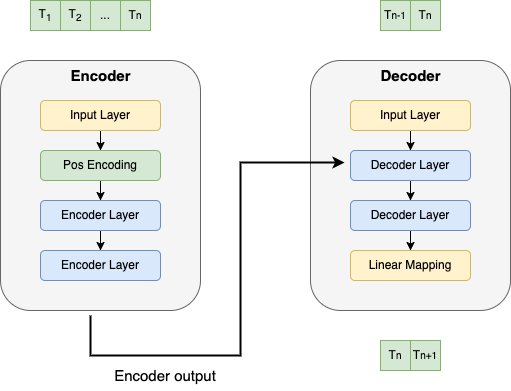
vasileios27/4CastWTransformer keeps this draw.io diagram as images/Network.png. Above is the earlier version. Source tidied: cells renumbered, new cells last; positions are measured from the earlier drawing's top-left corner, leaving out a move shared by most shapes. The source it was exported from:
```xml
<mxGraphModel>
  <root>
    <mxCell id="0" />
    <mxCell id="1" parent="0" />
    <mxCell id="2" style="rounded=1;whiteSpace=wrap;html=1;fillColor=#f5f5f5;fontColor=#333333;strokeColor=#666666;" parent="1" vertex="1">
      <mxGeometry y="60" width="200" height="250" as="geometry" />
    </mxCell>
    <mxCell id="3" style="edgeStyle=orthogonalEdgeStyle;rounded=0;jettySize=auto;html=1;" parent="1" edge="1" source="4" target="6">
      <mxGeometry relative="1" as="geometry" />
    </mxCell>
    <mxCell id="4" value="Input Layer" style="rounded=1;whiteSpace=wrap;html=1;fillColor=#fff2cc;strokeColor=#d6b656;" parent="1" vertex="1">
      <mxGeometry x="40" y="100" width="120" height="30" as="geometry" />
    </mxCell>
    <mxCell id="5" style="edgeStyle=orthogonalEdgeStyle;rounded=0;jettySize=auto;html=1;" parent="1" edge="1" source="6" target="8">
      <mxGeometry relative="1" as="geometry" />
    </mxCell>
    <mxCell id="6" value="Pos Encoding" style="rounded=1;whiteSpace=wrap;html=1;fillColor=#d5e8d4;strokeColor=#82b366;" parent="1" vertex="1">
      <mxGeometry x="40" y="150" width="120" height="30" as="geometry" />
    </mxCell>
    <mxCell id="7" style="edgeStyle=orthogonalEdgeStyle;rounded=0;jettySize=auto;html=1;" parent="1" edge="1" source="8" target="9">
      <mxGeometry relative="1" as="geometry" />
    </mxCell>
    <mxCell id="8" value="Encoder Layer" style="rounded=1;whiteSpace=wrap;html=1;fillColor=#dae8fc;strokeColor=#6c8ebf;" parent="1" vertex="1">
      <mxGeometry x="40" y="200" width="120" height="30" as="geometry" />
    </mxCell>
    <mxCell id="9" value="Encoder Layer" style="rounded=1;whiteSpace=wrap;html=1;fillColor=#dae8fc;strokeColor=#6c8ebf;" parent="1" vertex="1">
      <mxGeometry x="40" y="250" width="120" height="30" as="geometry" />
    </mxCell>
    <mxCell id="10" style="rounded=1;whiteSpace=wrap;html=1;fillColor=#f5f5f5;fontColor=#333333;strokeColor=#666666;" parent="1" vertex="1">
      <mxGeometry x="310" y="60" width="200" height="250" as="geometry" />
    </mxCell>
    <mxCell id="11" style="endArrow=classic;html=1;rounded=0;exitX=0.5;exitY=1;exitDx=0;exitDy=0;entryX=-0.05;entryY=0.4;entryDx=0;entryDy=0;entryPerimeter=0;strokeWidth=2;" parent="1" edge="1" target="15">
      <mxGeometry relative="1" as="geometry">
        <mxPoint x="90" y="315" as="sourcePoint" />
        <Array as="points">
          <mxPoint x="90" y="355" />
          <mxPoint x="240" y="355" />
          <mxPoint x="240" y="162" />
        </Array>
      </mxGeometry>
    </mxCell>
    <mxCell id="12" style="edgeStyle=orthogonalEdgeStyle;rounded=0;jettySize=auto;html=1;" parent="1" edge="1" source="13" target="15">
      <mxGeometry relative="1" as="geometry" />
    </mxCell>
    <mxCell id="13" value="Input Layer" style="rounded=1;whiteSpace=wrap;html=1;fillColor=#fff2cc;strokeColor=#d6b656;" parent="1" vertex="1">
      <mxGeometry x="350" y="100" width="120" height="30" as="geometry" />
    </mxCell>
    <mxCell id="14" style="edgeStyle=orthogonalEdgeStyle;rounded=0;jettySize=auto;html=1;" parent="1" edge="1" source="15" target="17">
      <mxGeometry relative="1" as="geometry" />
    </mxCell>
    <mxCell id="15" value="Decoder Layer" style="rounded=1;whiteSpace=wrap;html=1;fillColor=#dae8fc;strokeColor=#6c8ebf;" parent="1" vertex="1">
      <mxGeometry x="350" y="150" width="120" height="30" as="geometry" />
    </mxCell>
    <mxCell id="16" style="edgeStyle=orthogonalEdgeStyle;rounded=0;jettySize=auto;html=1;" parent="1" edge="1" source="17" target="18">
      <mxGeometry relative="1" as="geometry" />
    </mxCell>
    <mxCell id="17" value="Decoder Layer" style="rounded=1;whiteSpace=wrap;html=1;fillColor=#dae8fc;strokeColor=#6c8ebf;" parent="1" vertex="1">
      <mxGeometry x="350" y="200" width="120" height="30" as="geometry" />
    </mxCell>
    <mxCell id="18" value="Linear Mapping" style="rounded=1;whiteSpace=wrap;html=1;fillColor=#fff2cc;strokeColor=#d6b656;" parent="1" vertex="1">
      <mxGeometry x="350" y="250" width="120" height="30" as="geometry" />
    </mxCell>
    <mxCell id="19" value="&lt;font style=&quot;font-size: 15px;&quot;&gt;Encoder output&lt;/font&gt;" style="text;html=1;align=center;verticalAlign=middle;whiteSpace=wrap;rounded=0;strokeWidth=1;" parent="1" vertex="1">
      <mxGeometry x="110" y="360" width="110" height="30" as="geometry" />
    </mxCell>
    <mxCell id="20" value="&lt;font style=&quot;font-size: 15px;&quot;&gt;&lt;b&gt;Encoder&lt;/b&gt;&lt;/font&gt;" style="text;html=1;align=center;verticalAlign=middle;points=[];strokeColor=none;fillColor=none;" parent="1" vertex="1">
      <mxGeometry x="60" y="60" width="80" height="30" as="geometry" />
    </mxCell>
    <mxCell id="21" value="&lt;font style=&quot;font-size: 15px;&quot;&gt;&lt;b&gt;Decoder&lt;/b&gt;&lt;/font&gt;" style="text;html=1;align=center;verticalAlign=middle;strokeColor=none;fillColor=none;" parent="1" vertex="1">
      <mxGeometry x="370" y="60" width="80" height="30" as="geometry" />
    </mxCell>
    <mxCell id="22" value="Τ&lt;sub&gt;1&lt;/sub&gt;" style="rounded=0;whiteSpace=wrap;html=1;fillColor=#d5e8d4;strokeColor=#82b366;" parent="1" vertex="1">
      <mxGeometry x="30" width="30" height="30" as="geometry" />
    </mxCell>
    <mxCell id="23" value="Τ&lt;sub&gt;2&lt;/sub&gt;" style="rounded=0;whiteSpace=wrap;html=1;fillColor=#d5e8d4;strokeColor=#82b366;" parent="1" vertex="1">
      <mxGeometry x="60" width="30" height="30" as="geometry" />
    </mxCell>
    <mxCell id="24" value="..." style="rounded=0;whiteSpace=wrap;html=1;fillColor=#d5e8d4;strokeColor=#82b366;" parent="1" vertex="1">
      <mxGeometry x="90" width="30" height="30" as="geometry" />
    </mxCell>
    <mxCell id="25" value="Τ&lt;span style=&quot;font-size: 10px;&quot;&gt;n&lt;/span&gt;" style="rounded=0;whiteSpace=wrap;html=1;fillColor=#d5e8d4;strokeColor=#82b366;" parent="1" vertex="1">
      <mxGeometry x="120" width="30" height="30" as="geometry" />
    </mxCell>
    <mxCell id="26" value="Τ&lt;span style=&quot;font-size: 10px;&quot;&gt;n&lt;/span&gt;" style="rounded=0;whiteSpace=wrap;html=1;fillColor=#d5e8d4;strokeColor=#82b366;" parent="1" vertex="1">
      <mxGeometry x="380" y="340" width="30" height="30" as="geometry" />
    </mxCell>
    <mxCell id="27" value="Τ&lt;span style=&quot;font-size: 10px;&quot;&gt;n+1&lt;/span&gt;" style="rounded=0;whiteSpace=wrap;html=1;fillColor=#d5e8d4;strokeColor=#82b366;" parent="1" vertex="1">
      <mxGeometry x="410" y="340" width="30" height="30" as="geometry" />
    </mxCell>
    <mxCell id="28" value="Τ&lt;span style=&quot;font-size: 10px;&quot;&gt;n-1&lt;/span&gt;" style="rounded=0;whiteSpace=wrap;html=1;fillColor=#d5e8d4;strokeColor=#82b366;" parent="1" vertex="1">
      <mxGeometry x="380" width="30" height="30" as="geometry" />
    </mxCell>
    <mxCell id="29" value="Τ&lt;span style=&quot;font-size: 10px;&quot;&gt;n&lt;/span&gt;" style="rounded=0;whiteSpace=wrap;html=1;fillColor=#d5e8d4;strokeColor=#82b366;" parent="1" vertex="1">
      <mxGeometry x="410" width="30" height="30" as="geometry" />
    </mxCell>
  </root>
</mxGraphModel>
```
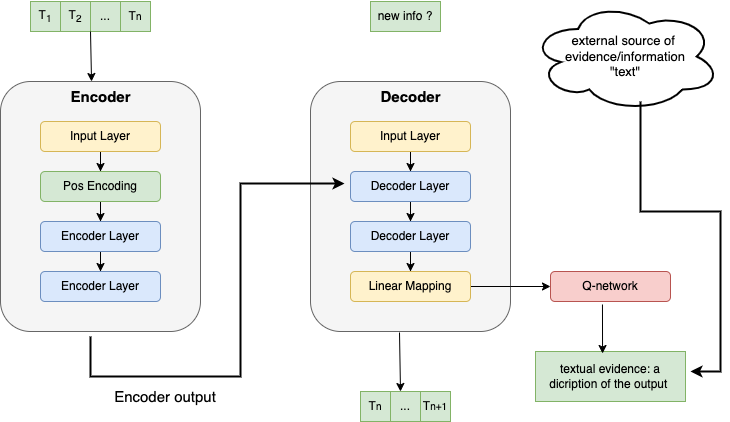
After the change.

Change to the diagram source:
```diff
@@ -57,6 +57,11 @@
     <mxCell id="17" value="Decoder Layer" style="rounded=1;whiteSpace=wrap;html=1;fillColor=#dae8fc;strokeColor=#6c8ebf;" parent="1" vertex="1">
       <mxGeometry x="350" y="200" width="120" height="30" as="geometry" />
     </mxCell>
+    <mxCell id="30" style="edgeStyle=orthogonalEdgeStyle;rounded=0;jettySize=auto;html=1;" parent="1" edge="1" source="18">
+      <mxGeometry relative="1" as="geometry">
+        <mxPoint x="550" y="265" as="targetPoint" />
+      </mxGeometry>
+    </mxCell>
     <mxCell id="18" value="Linear Mapping" style="rounded=1;whiteSpace=wrap;html=1;fillColor=#fff2cc;strokeColor=#d6b656;" parent="1" vertex="1">
       <mxGeometry x="350" y="250" width="120" height="30" as="geometry" />
     </mxCell>
@@ -70,28 +75,59 @@
       <mxGeometry x="370" y="60" width="80" height="30" as="geometry" />
     </mxCell>
     <mxCell id="22" value="Τ&lt;sub&gt;1&lt;/sub&gt;" style="rounded=0;whiteSpace=wrap;html=1;fillColor=#d5e8d4;strokeColor=#82b366;" parent="1" vertex="1">
-      <mxGeometry x="30" width="30" height="30" as="geometry" />
+      <mxGeometry x="30" y="-20" width="30" height="30" as="geometry" />
     </mxCell>
     <mxCell id="23" value="Τ&lt;sub&gt;2&lt;/sub&gt;" style="rounded=0;whiteSpace=wrap;html=1;fillColor=#d5e8d4;strokeColor=#82b366;" parent="1" vertex="1">
-      <mxGeometry x="60" width="30" height="30" as="geometry" />
+      <mxGeometry x="60" y="-20" width="30" height="30" as="geometry" />
     </mxCell>
     <mxCell id="24" value="..." style="rounded=0;whiteSpace=wrap;html=1;fillColor=#d5e8d4;strokeColor=#82b366;" parent="1" vertex="1">
-      <mxGeometry x="90" width="30" height="30" as="geometry" />
+      <mxGeometry x="90" y="-20" width="30" height="30" as="geometry" />
     </mxCell>
     <mxCell id="25" value="Τ&lt;span style=&quot;font-size: 10px;&quot;&gt;n&lt;/span&gt;" style="rounded=0;whiteSpace=wrap;html=1;fillColor=#d5e8d4;strokeColor=#82b366;" parent="1" vertex="1">
-      <mxGeometry x="120" width="30" height="30" as="geometry" />
+      <mxGeometry x="120" y="-20" width="30" height="30" as="geometry" />
     </mxCell>
     <mxCell id="26" value="Τ&lt;span style=&quot;font-size: 10px;&quot;&gt;n&lt;/span&gt;" style="rounded=0;whiteSpace=wrap;html=1;fillColor=#d5e8d4;strokeColor=#82b366;" parent="1" vertex="1">
-      <mxGeometry x="380" y="340" width="30" height="30" as="geometry" />
+      <mxGeometry x="360" y="370" width="30" height="30" as="geometry" />
     </mxCell>
-    <mxCell id="27" value="Τ&lt;span style=&quot;font-size: 10px;&quot;&gt;n+1&lt;/span&gt;" style="rounded=0;whiteSpace=wrap;html=1;fillColor=#d5e8d4;strokeColor=#82b366;" parent="1" vertex="1">
-      <mxGeometry x="410" y="340" width="30" height="30" as="geometry" />
+    <mxCell id="27" value="..." style="rounded=0;whiteSpace=wrap;html=1;fillColor=#d5e8d4;strokeColor=#82b366;" parent="1" vertex="1">
+      <mxGeometry x="390" y="370" width="30" height="30" as="geometry" />
     </mxCell>
-    <mxCell id="28" value="Τ&lt;span style=&quot;font-size: 10px;&quot;&gt;n-1&lt;/span&gt;" style="rounded=0;whiteSpace=wrap;html=1;fillColor=#d5e8d4;strokeColor=#82b366;" parent="1" vertex="1">
-      <mxGeometry x="380" width="30" height="30" as="geometry" />
+    <mxCell id="28" value="new info ?" style="rounded=0;whiteSpace=wrap;html=1;fillColor=#d5e8d4;strokeColor=#82b366;" parent="1" vertex="1">
+      <mxGeometry x="370" y="-20" width="70" height="30" as="geometry" />
     </mxCell>
-    <mxCell id="29" value="Τ&lt;span style=&quot;font-size: 10px;&quot;&gt;n&lt;/span&gt;" style="rounded=0;whiteSpace=wrap;html=1;fillColor=#d5e8d4;strokeColor=#82b366;" parent="1" vertex="1">
-      <mxGeometry x="410" width="30" height="30" as="geometry" />
-    </mxCell>
+    <mxCell id="31" value="Q-network" style="rounded=1;whiteSpace=wrap;html=1;fillColor=#f8cecc;strokeColor=#b85450;" parent="1" vertex="1">
+      <mxGeometry x="550" y="250" width="120" height="30" as="geometry" />
+    </mxCell>
+    <mxCell id="32" value="&lt;font style=&quot;font-size: 13px;&quot;&gt;external source of&amp;nbsp;&lt;/font&gt;&lt;div style=&quot;font-size: 13px;&quot;&gt;&lt;font style=&quot;font-size: 13px;&quot;&gt;evidence/information&lt;/font&gt;&lt;/div&gt;&lt;div style=&quot;font-size: 13px;&quot;&gt;&lt;font style=&quot;font-size: 13px;&quot;&gt;&quot;text&quot;&lt;/font&gt;&lt;/div&gt;" style="ellipse;shape=cloud;whiteSpace=wrap;html=1;strokeWidth=2;" parent="1" vertex="1">
+      <mxGeometry x="530" y="-20" width="190" height="110" as="geometry" />
+    </mxCell>
+    <mxCell id="33" value="Τ&lt;span style=&quot;font-size: 10px;&quot;&gt;n+1&lt;/span&gt;" style="rounded=0;whiteSpace=wrap;html=1;fillColor=#d5e8d4;strokeColor=#82b366;" parent="1" vertex="1">
+      <mxGeometry x="420" y="370" width="30" height="30" as="geometry" />
+    </mxCell>
+    <mxCell id="34" value="textual evidence: a dicription of the output&amp;nbsp;" style="rounded=0;whiteSpace=wrap;html=1;fillColor=#d5e8d4;strokeColor=#82b366;" parent="1" vertex="1">
+      <mxGeometry x="535" y="330" width="150" height="50" as="geometry" />
+    </mxCell>
+    <mxCell id="35" style="endArrow=classic;html=1;rounded=0;strokeWidth=2;" parent="1" edge="1">
+      <mxGeometry relative="1" as="geometry">
+        <mxPoint x="640" y="80" as="sourcePoint" />
+        <mxPoint x="690" y="350" as="targetPoint" />
+        <Array as="points">
+          <mxPoint x="640" y="190" />
+          <mxPoint x="720" y="190" />
+          <mxPoint x="720" y="350" />
+        </Array>
+      </mxGeometry>
+    </mxCell>
+    <mxCell id="36" style="endArrow=classic;html=1;rounded=0;exitX=0;exitY=1;exitDx=0;exitDy=0;entryX=0.388;entryY=0;entryDx=0;entryDy=0;entryPerimeter=0;" parent="1" edge="1" source="24" target="20">
+      <mxGeometry relative="1" as="geometry" />
+    </mxCell>
+    <mxCell id="37" style="endArrow=classic;html=1;rounded=0;exitX=0.445;exitY=1.004;exitDx=0;exitDy=0;exitPerimeter=0;" parent="1" edge="1" source="10">
+      <mxGeometry relative="1" as="geometry">
+        <mxPoint x="400" y="370" as="targetPoint" />
+      </mxGeometry>
+    </mxCell>
+    <mxCell id="38" style="endArrow=classic;html=1;rounded=0;exitX=0.433;exitY=1.1;exitDx=0;exitDy=0;exitPerimeter=0;entryX=0.447;entryY=0.04;entryDx=0;entryDy=0;entryPerimeter=0;" parent="1" edge="1" source="31" target="34">
+      <mxGeometry relative="1" as="geometry" />
+    </mxCell>
   </root>
 </mxGraphModel>
```
